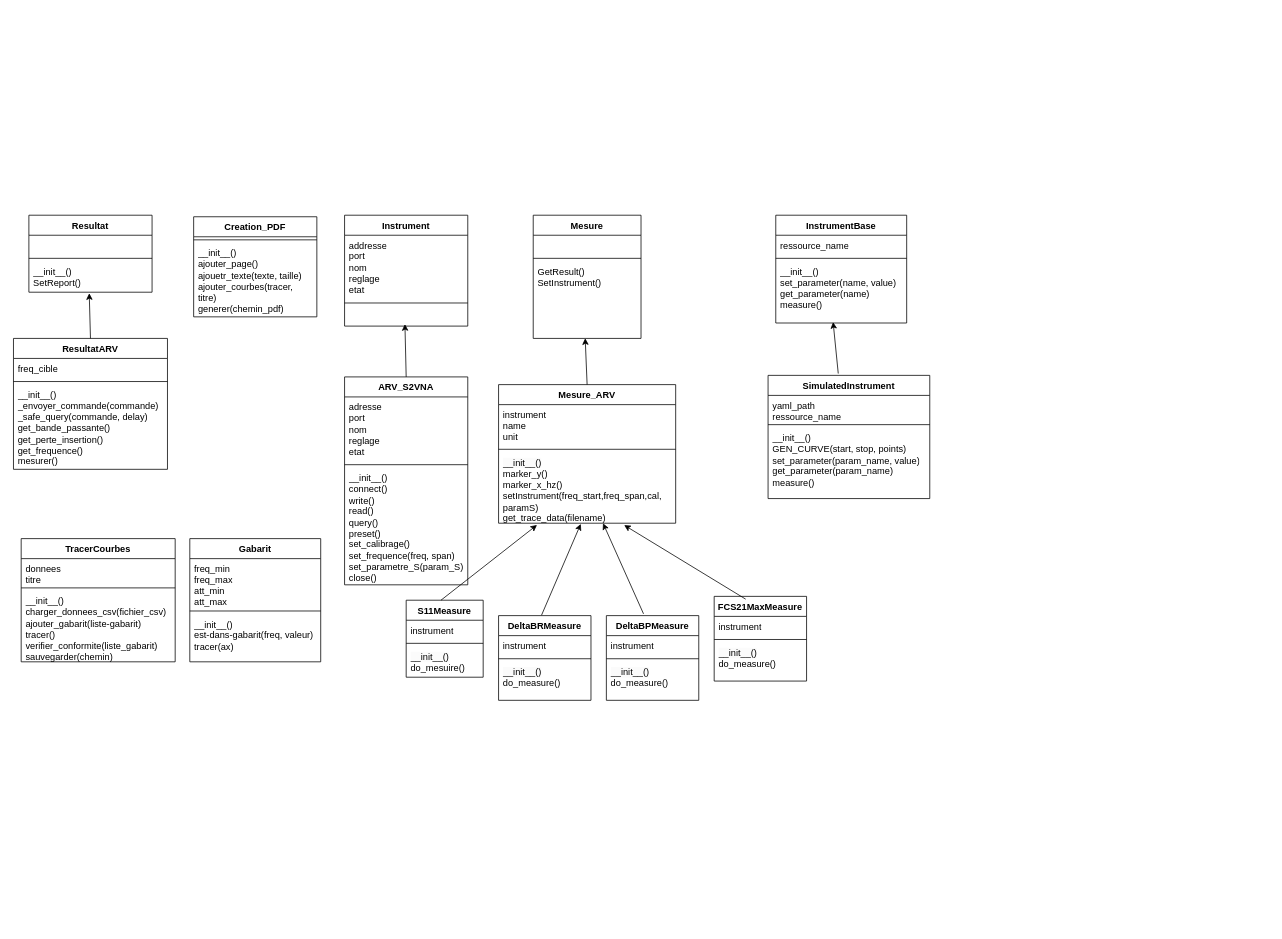
Before: SAE_diagramme_de_class.drawio in PabloMS-exe/ESE2_S5_sae_SDK_Andrac_Martinez, a draw.io diagram. Source tidied: cells renumbered, new cells numbered last; positions are measured from the earlier drawing's top-left corner, leaving out a move shared by most shapes. Both pictures are drawn from the tidied source at 77%, with x=0, y=0 at pixel (13, 215).
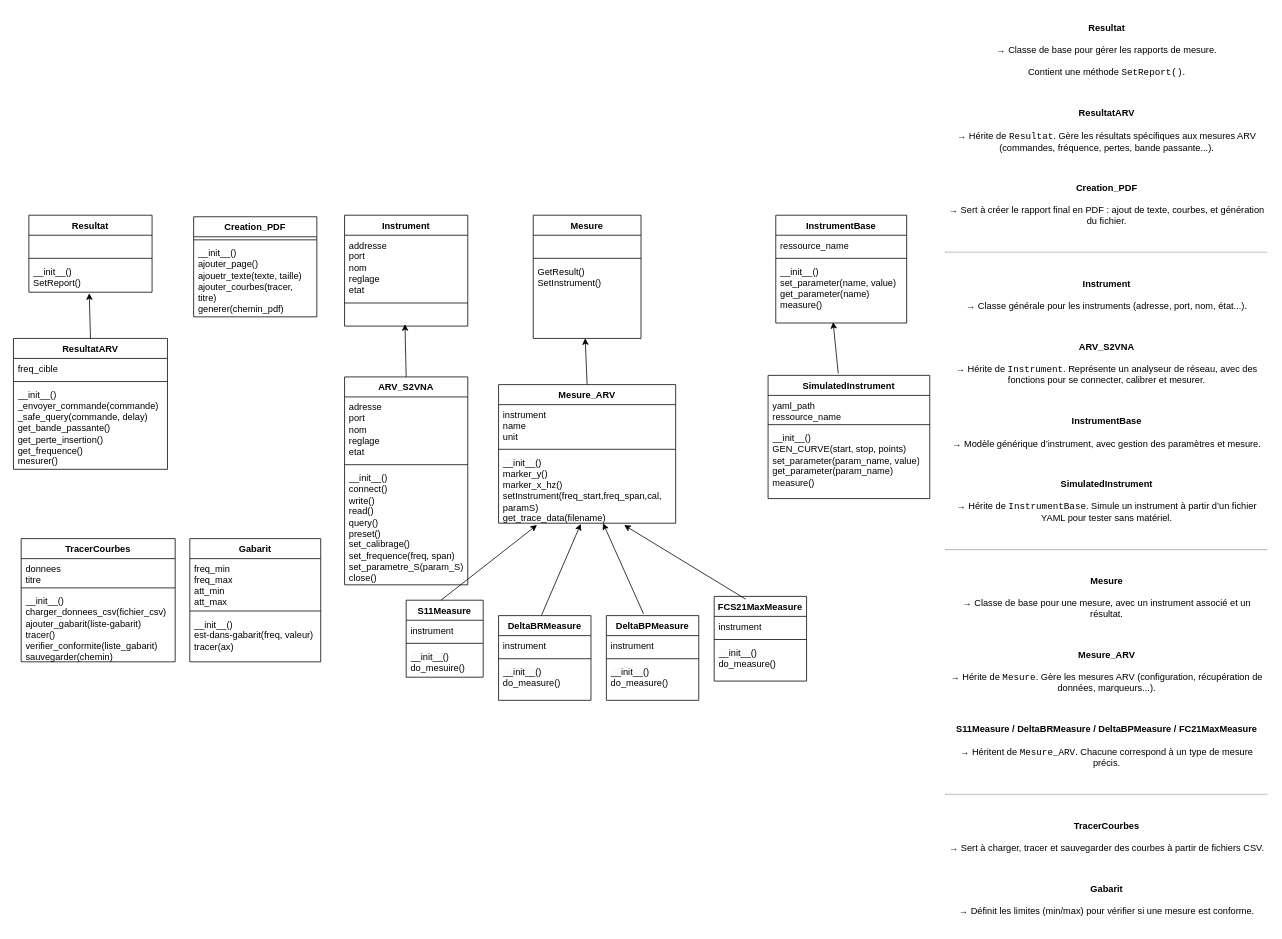
Above is the later version.

Commit message:
explications du diagramme de classe

Diff of the diagram source:
```diff
@@
+    <mxCell id="69" value="&lt;p&gt;&lt;strong&gt;Resultat&lt;/strong&gt;&lt;br&gt;&lt;br&gt;→ Classe de base pour gérer les rapports de mesure.&lt;br&gt;&lt;br&gt;Contient une méthode &lt;code style=&quot;background-color: light-dark(#ffffff, var(--ge-dark-color, #121212));&quot;&gt;SetReport()&lt;/code&gt;.&lt;/p&gt;&lt;br&gt;&lt;p&gt;&lt;strong&gt;ResultatARV&lt;/strong&gt;&lt;br&gt;&lt;br&gt;→ Hérite de &lt;code style=&quot;background-color: light-dark(#ffffff, var(--ge-dark-color, #121212));&quot;&gt;Resultat&lt;/code&gt;. Gère les résultats spécifiques aux mesures ARV (commandes, fréquence, pertes, bande passante...).&lt;/p&gt;&lt;br&gt;&lt;p&gt;&lt;strong&gt;Creation_PDF&lt;/strong&gt;&lt;br&gt;&lt;br&gt;→ Sert à créer le rapport final en PDF : ajout de texte, courbes, et génération du fichier.&lt;/p&gt;&lt;br&gt;&lt;hr&gt;&lt;br&gt;&lt;p&gt;&lt;strong&gt;Instrument&lt;/strong&gt;&lt;br&gt;&lt;br&gt;→ Classe générale pour les instruments (adresse, port, nom, état...).&lt;/p&gt;&lt;br&gt;&lt;p&gt;&lt;strong&gt;ARV_S2VNA&lt;/strong&gt;&lt;br&gt;&lt;br&gt;→ Hérite de &lt;span&gt;&lt;code style=&quot;background-color: light-dark(#ffffff, var(--ge-dark-color, #121212));&quot;&gt;Instrument&lt;/code&gt;.&lt;/span&gt; Représente un analyseur de réseau, avec des fonctions pour se connecter, calibrer et mesurer.&lt;/p&gt;&lt;br&gt;&lt;p&gt;&lt;strong&gt;InstrumentBase&lt;/strong&gt;&lt;br&gt;&lt;br&gt;→ Modèle générique d’instrument, avec gestion des paramètres et mesure.&lt;/p&gt;&lt;br&gt;&lt;p&gt;&lt;strong&gt;SimulatedInstrument&lt;/strong&gt;&lt;br&gt;&lt;br&gt;→ Hérite de &lt;code style=&quot;background-color: light-dark(#ffffff, var(--ge-dark-color, #121212));&quot;&gt;InstrumentBase&lt;/code&gt;. Simule un instrument à partir d’un fichier YAML pour tester sans matériel.&lt;/p&gt;&lt;br&gt;&lt;hr&gt;&lt;br&gt;&lt;p&gt;&lt;strong&gt;Mesure&lt;/strong&gt;&lt;br&gt;&lt;br&gt;→ Classe de base pour une mesure, avec un instrument associé et un résultat.&lt;/p&gt;&lt;br&gt;&lt;p&gt;&lt;strong&gt;Mesure_ARV&lt;/strong&gt;&lt;br&gt;&lt;br&gt;→ Hérite de &lt;code style=&quot;background-color: light-dark(#ffffff, var(--ge-dark-color, #121212));&quot;&gt;Mesure&lt;/code&gt;. Gère les mesures ARV (configuration, récupération de données, marqueurs...).&lt;/p&gt;&lt;br&gt;&lt;p&gt;&lt;strong&gt;S11Measure / DeltaBRMeasure / DeltaBPMeasure / FC21MaxMeasure&lt;/strong&gt;&lt;br&gt;&lt;br&gt;→ Héritent de &lt;code style=&quot;background-color: light-dark(#ffffff, var(--ge-dark-color, #121212));&quot;&gt;Mesure_ARV&lt;/code&gt;. Chacune correspond à un type de mesure précis.&lt;/p&gt;&lt;br&gt;&lt;hr&gt;&lt;br&gt;&lt;p&gt;&lt;strong&gt;TracerCourbes&lt;/strong&gt;&lt;br&gt;&lt;br&gt;→ Sert à charger, tracer et sauvegarder des courbes à partir de fichiers CSV.&lt;/p&gt;&lt;br&gt;&lt;p&gt;&lt;strong&gt;Gabarit&lt;/strong&gt;&lt;br&gt;&lt;br&gt;→ Définit les limites (min/max) pour vérifier si une mesure est conforme.&lt;/p&gt;" style="text;strokeColor=none;align=center;fillColor=none;html=1;verticalAlign=middle;whiteSpace=wrap;rounded=0;" parent="1" vertex="1">
+      <mxGeometry x="1210" y="270" width="420" height="120" as="geometry" />
+    </mxCell>
```
